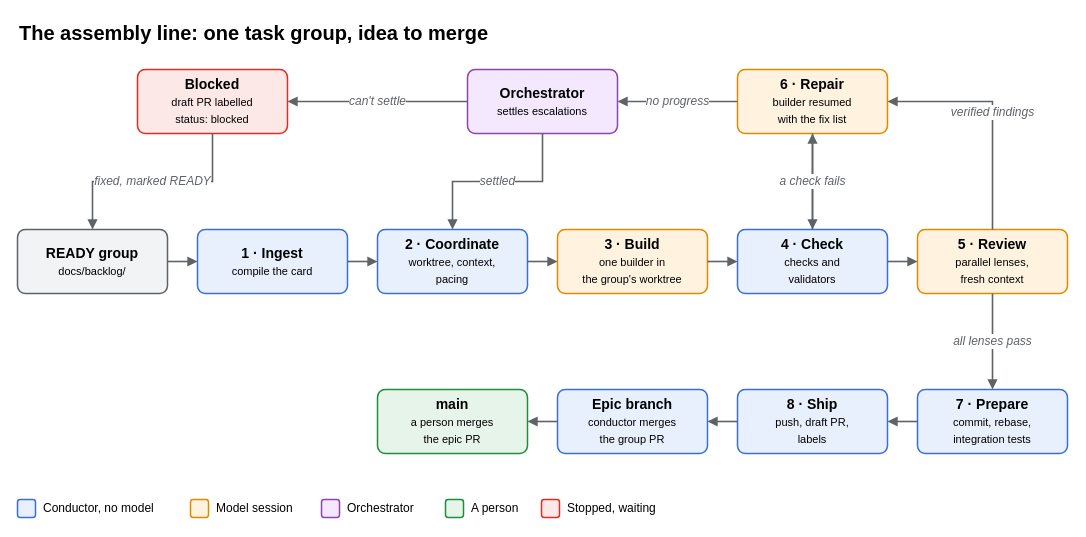
The draw.io diagram docs/diagrams/assembly-line.drawio in rdevitto86/komodo-agentic-factory-coding, before the edit. Source tidied: cells renumbered, new cells numbered last; positions are measured from the earlier drawing's top-left corner, leaving out a move shared by most shapes. Both pictures are drawn from the tidied source at 100%, with x=0, y=0 at pixel (17, 17).
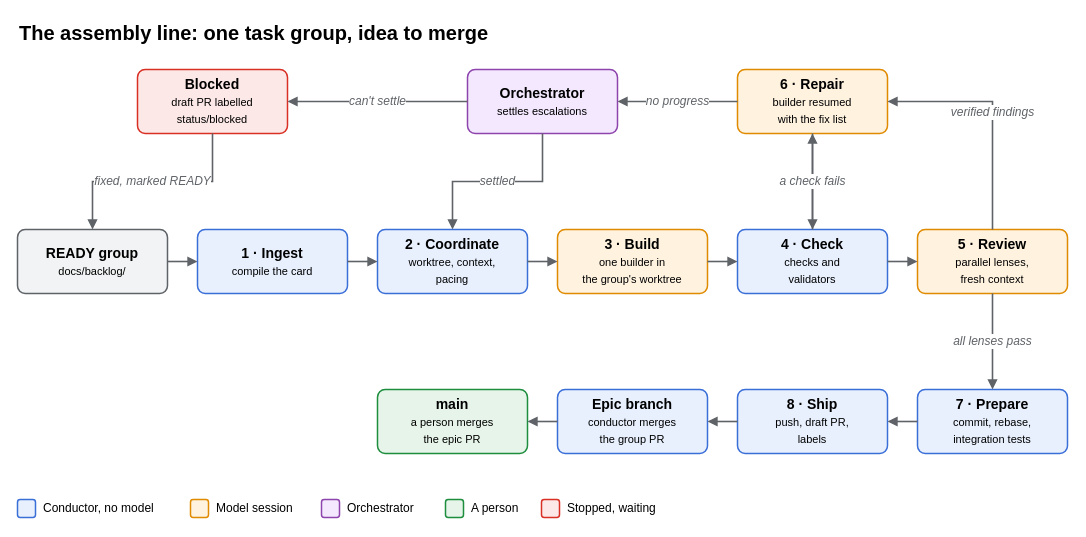
The same diagram, later.

Change to the diagram source:
```diff
@@
-    <mxCell id="3" value="&lt;b&gt;Blocked&lt;/b&gt;&lt;br&gt;&lt;font style=&quot;font-size:11px&quot;&gt;draft PR labelled&lt;br&gt;status: blocked&lt;/font&gt;" style="rounded=1;whiteSpace=wrap;html=1;arcSize=12;fillColor=#FCE8E6;strokeColor=#D93025;strokeWidth=1.5;fontSize=14;" parent="1" vertex="1">
+    <mxCell id="3" value="&lt;b&gt;Blocked&lt;/b&gt;&lt;br&gt;&lt;font style=&quot;font-size:11px&quot;&gt;draft PR labelled&lt;br&gt;status/blocked&lt;/font&gt;" style="rounded=1;whiteSpace=wrap;html=1;arcSize=12;fillColor=#FCE8E6;strokeColor=#D93025;strokeWidth=1.5;fontSize=14;" parent="1" vertex="1">
       <mxGeometry x="120" y="52" width="150" height="64" as="geometry" />
     </mxCell>
```
